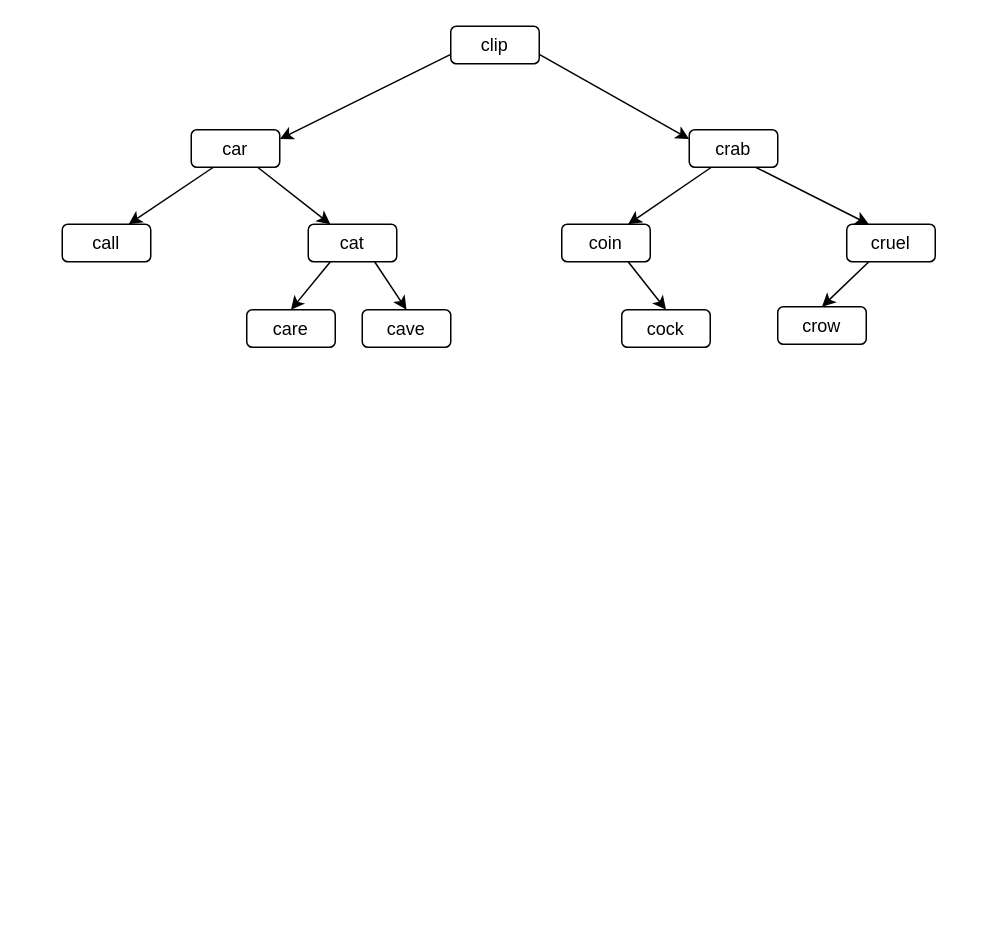
The draw.io diagram page "Bäume" (11 of 12) of Baum.drawio in JoernWVSG/diagram, before the edit. Source tidied: cells renumbered, new cells numbered last; positions are measured from the earlier drawing's top-left corner, leaving out a move shared by most shapes. Both pictures are drawn from the tidied source at 150%, with x=0, y=0 at pixel (62, 26).
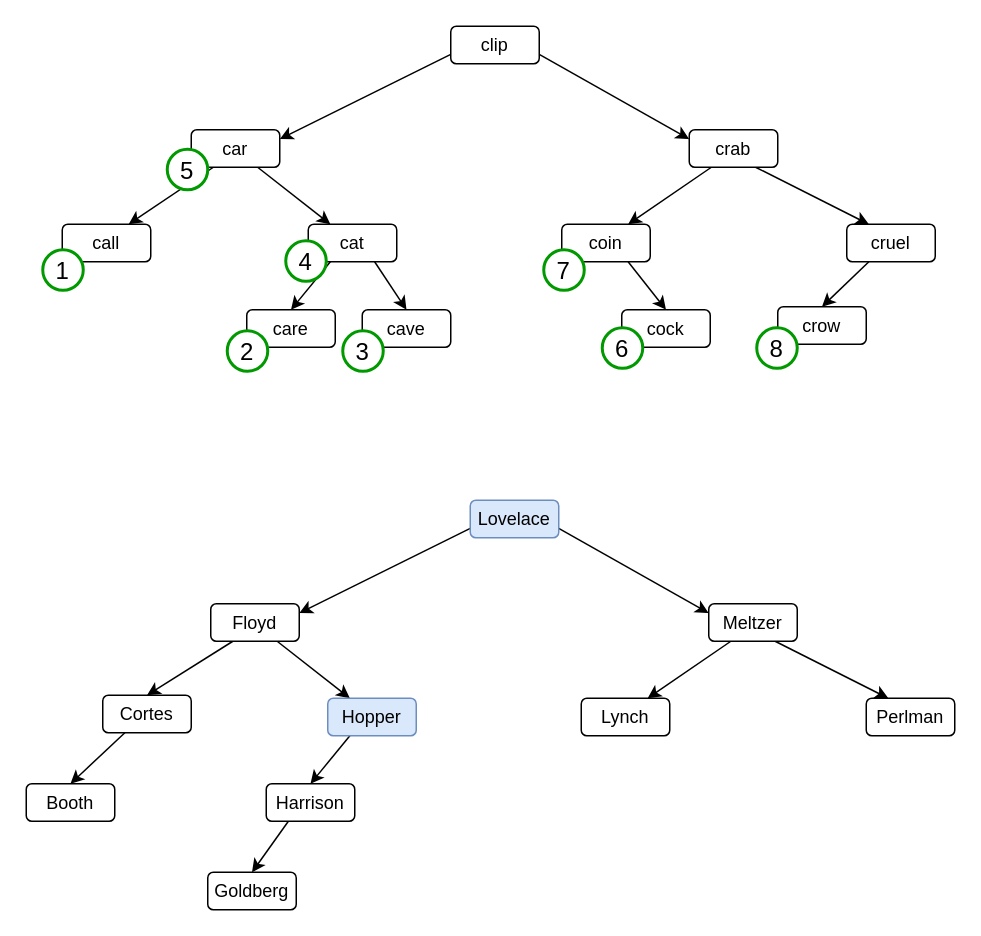
After the change.

Change to the diagram source:
```diff
@@
+    <mxCell id="23" value="1" style="ellipse;whiteSpace=wrap;html=1;strokeColor=#009900;strokeWidth=2;fontSize=16;verticalAlign=middle;horizontal=1;" parent="1" vertex="1">
+      <mxGeometry x="-13" y="149" width="27" height="27" as="geometry" />
+    </mxCell>
+    <mxCell id="24" value="2" style="ellipse;whiteSpace=wrap;html=1;strokeColor=#009900;strokeWidth=2;fontSize=16;verticalAlign=middle;horizontal=1;" parent="1" vertex="1">
+      <mxGeometry x="110" y="203" width="27" height="27" as="geometry" />
+    </mxCell>
+    <mxCell id="25" value="3" style="ellipse;whiteSpace=wrap;html=1;strokeColor=#009900;strokeWidth=2;fontSize=16;verticalAlign=middle;horizontal=1;" parent="1" vertex="1">
+      <mxGeometry x="187" y="203" width="27" height="27" as="geometry" />
+    </mxCell>
+    <mxCell id="26" value="4" style="ellipse;whiteSpace=wrap;html=1;strokeColor=#009900;strokeWidth=2;fontSize=16;verticalAlign=middle;horizontal=1;" parent="1" vertex="1">
+      <mxGeometry x="149" y="143" width="27" height="27" as="geometry" />
+    </mxCell>
+    <mxCell id="27" value="5" style="ellipse;whiteSpace=wrap;html=1;strokeColor=#009900;strokeWidth=2;fontSize=16;verticalAlign=middle;horizontal=1;" parent="1" vertex="1">
+      <mxGeometry x="70" y="82" width="27" height="27" as="geometry" />
+    </mxCell>
+    <mxCell id="28" value="6" style="ellipse;whiteSpace=wrap;html=1;strokeColor=#009900;strokeWidth=2;fontSize=16;verticalAlign=middle;horizontal=1;" parent="1" vertex="1">
+      <mxGeometry x="360" y="201" width="27" height="27" as="geometry" />
+    </mxCell>
+    <mxCell id="29" value="7" style="ellipse;whiteSpace=wrap;html=1;strokeColor=#009900;strokeWidth=2;fontSize=16;verticalAlign=middle;horizontal=1;" parent="1" vertex="1">
+      <mxGeometry x="321" y="149" width="27" height="27" as="geometry" />
+    </mxCell>
+    <mxCell id="30" value="8" style="ellipse;whiteSpace=wrap;html=1;strokeColor=#009900;strokeWidth=2;fontSize=16;verticalAlign=middle;horizontal=1;" parent="1" vertex="1">
+      <mxGeometry x="463" y="201" width="27" height="27" as="geometry" />
+    </mxCell>
+    <mxCell id="31" style="edgeStyle=none;rounded=0;jumpStyle=none;jettySize=auto;html=1;exitX=0;exitY=0.75;exitDx=0;exitDy=0;entryX=1;entryY=0.25;entryDx=0;entryDy=0;strokeColor=default;" parent="1" edge="1" source="33" target="36">
+      <mxGeometry relative="1" as="geometry" />
+    </mxCell>
+    <mxCell id="32" style="edgeStyle=none;rounded=0;jumpStyle=none;jettySize=auto;html=1;exitX=1;exitY=0.75;exitDx=0;exitDy=0;entryX=0;entryY=0.25;entryDx=0;entryDy=0;strokeColor=default;" parent="1" edge="1" source="33" target="39">
+      <mxGeometry relative="1" as="geometry" />
+    </mxCell>
+    <mxCell id="33" value="Lovelace" style="rounded=1;whiteSpace=wrap;html=1;fillColor=#dae8fc;strokeColor=#6c8ebf;" parent="1" vertex="1">
+      <mxGeometry x="272" y="316" width="59" height="25" as="geometry" />
+    </mxCell>
+    <mxCell id="34" style="edgeStyle=none;rounded=0;jumpStyle=none;jettySize=auto;html=1;exitX=0.75;exitY=1;exitDx=0;exitDy=0;entryX=0.25;entryY=0;entryDx=0;entryDy=0;strokeColor=default;" parent="1" edge="1" source="36" target="41">
+      <mxGeometry relative="1" as="geometry" />
+    </mxCell>
+    <mxCell id="35" style="edgeStyle=none;rounded=0;jettySize=auto;html=1;exitX=0.25;exitY=1;exitDx=0;exitDy=0;entryX=0.5;entryY=0;entryDx=0;entryDy=0;fontSize=16;" parent="1" edge="1" source="36" target="48">
+      <mxGeometry relative="1" as="geometry" />
+    </mxCell>
+    <mxCell id="36" value="Floyd" style="rounded=1;whiteSpace=wrap;html=1;" parent="1" vertex="1">
+      <mxGeometry x="99" y="385" width="59" height="25" as="geometry" />
+    </mxCell>
+    <mxCell id="37" style="edgeStyle=none;rounded=0;jumpStyle=none;jettySize=auto;html=1;exitX=0.25;exitY=1;exitDx=0;exitDy=0;entryX=0.75;entryY=0;entryDx=0;entryDy=0;strokeColor=default;" parent="1" edge="1" source="39" target="44">
+      <mxGeometry relative="1" as="geometry" />
+    </mxCell>
+    <mxCell id="38" style="edgeStyle=none;rounded=0;jumpStyle=none;jettySize=auto;html=1;exitX=0.75;exitY=1;exitDx=0;exitDy=0;entryX=0.25;entryY=0;entryDx=0;entryDy=0;strokeColor=default;" parent="1" edge="1" source="39" target="45">
+      <mxGeometry relative="1" as="geometry" />
+    </mxCell>
+    <mxCell id="39" value="Meltzer" style="rounded=1;whiteSpace=wrap;html=1;" parent="1" vertex="1">
+      <mxGeometry x="431" y="385" width="59" height="25" as="geometry" />
+    </mxCell>
+    <mxCell id="40" style="edgeStyle=none;rounded=0;jumpStyle=none;jettySize=auto;html=1;exitX=0.25;exitY=1;exitDx=0;exitDy=0;entryX=0.5;entryY=0;entryDx=0;entryDy=0;strokeColor=default;" parent="1" edge="1" source="41" target="43">
+      <mxGeometry relative="1" as="geometry" />
+    </mxCell>
+    <mxCell id="41" value="Hopper" style="rounded=1;whiteSpace=wrap;html=1;fillColor=#dae8fc;strokeColor=#6c8ebf;" parent="1" vertex="1">
+      <mxGeometry x="177" y="448" width="59" height="25" as="geometry" />
+    </mxCell>
+    <mxCell id="42" style="edgeStyle=none;rounded=0;jettySize=auto;html=1;exitX=0.25;exitY=1;exitDx=0;exitDy=0;entryX=0.5;entryY=0;entryDx=0;entryDy=0;fontSize=16;" parent="1" edge="1" source="43" target="46">
+      <mxGeometry relative="1" as="geometry" />
+    </mxCell>
+    <mxCell id="43" value="Harrison" style="rounded=1;whiteSpace=wrap;html=1;" parent="1" vertex="1">
+      <mxGeometry x="136" y="505" width="59" height="25" as="geometry" />
+    </mxCell>
+    <mxCell id="44" value="Lynch" style="rounded=1;whiteSpace=wrap;html=1;" parent="1" vertex="1">
+      <mxGeometry x="346" y="448" width="59" height="25" as="geometry" />
+    </mxCell>
+    <mxCell id="45" value="Perlman" style="rounded=1;whiteSpace=wrap;html=1;" parent="1" vertex="1">
+      <mxGeometry x="536" y="448" width="59" height="25" as="geometry" />
+    </mxCell>
+    <mxCell id="46" value="Goldberg" style="rounded=1;whiteSpace=wrap;html=1;" parent="1" vertex="1">
+      <mxGeometry x="97" y="564" width="59" height="25" as="geometry" />
+    </mxCell>
+    <mxCell id="47" style="edgeStyle=none;rounded=0;jettySize=auto;html=1;exitX=0.25;exitY=1;exitDx=0;exitDy=0;entryX=0.5;entryY=0;entryDx=0;entryDy=0;fontSize=16;" parent="1" edge="1" source="48" target="49">
+      <mxGeometry relative="1" as="geometry" />
+    </mxCell>
+    <mxCell id="48" value="Cortes" style="rounded=1;whiteSpace=wrap;html=1;" parent="1" vertex="1">
+      <mxGeometry x="27" y="446" width="59" height="25" as="geometry" />
+    </mxCell>
+    <mxCell id="49" value="Booth" style="rounded=1;whiteSpace=wrap;html=1;" parent="1" vertex="1">
+      <mxGeometry x="-24" y="505" width="59" height="25" as="geometry" />
+    </mxCell>
```
